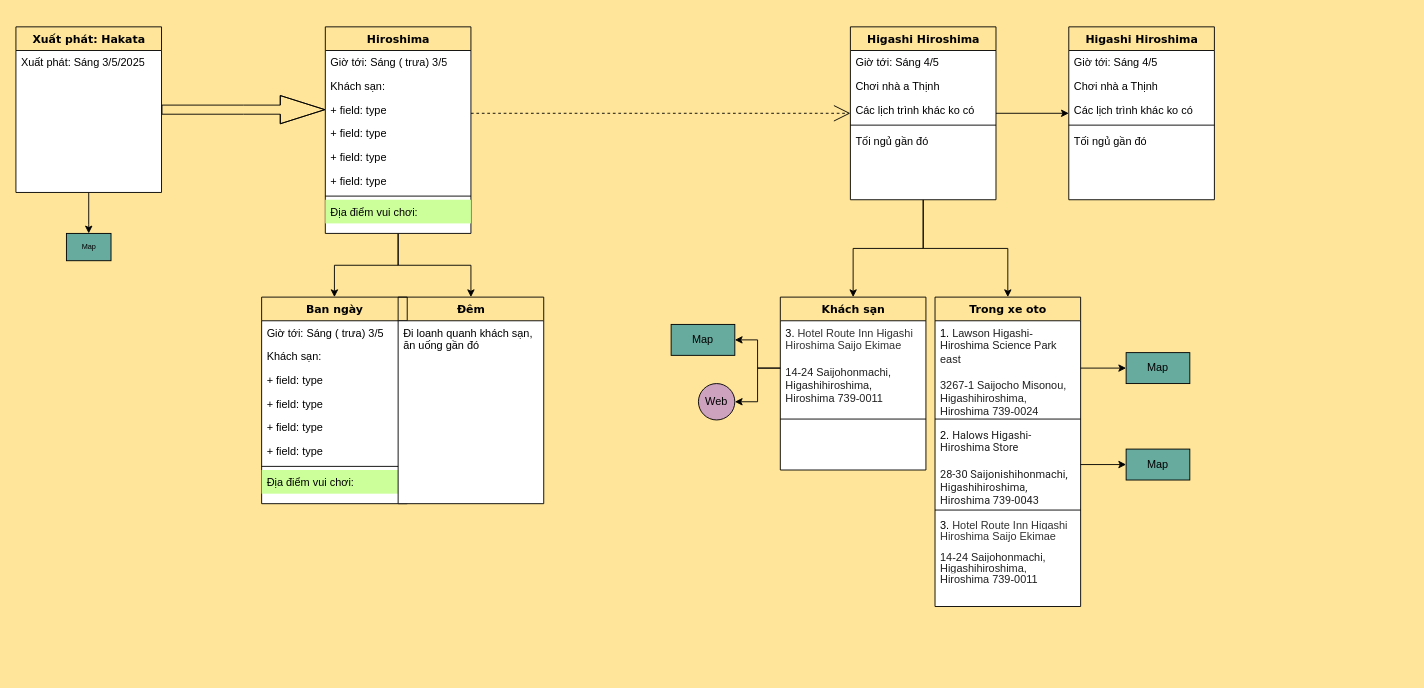
The draw.io diagram T5Hiroshima/Untitled Diagram.drawio in nnh92/Du-Lich, before the edit. Source tidied: cells renumbered, new cells numbered last; positions are measured from the earlier drawing's top-left corner, leaving out a move shared by most shapes. Both pictures are drawn from the tidied source at 91%, with x=0, y=0 at pixel (15, 26).
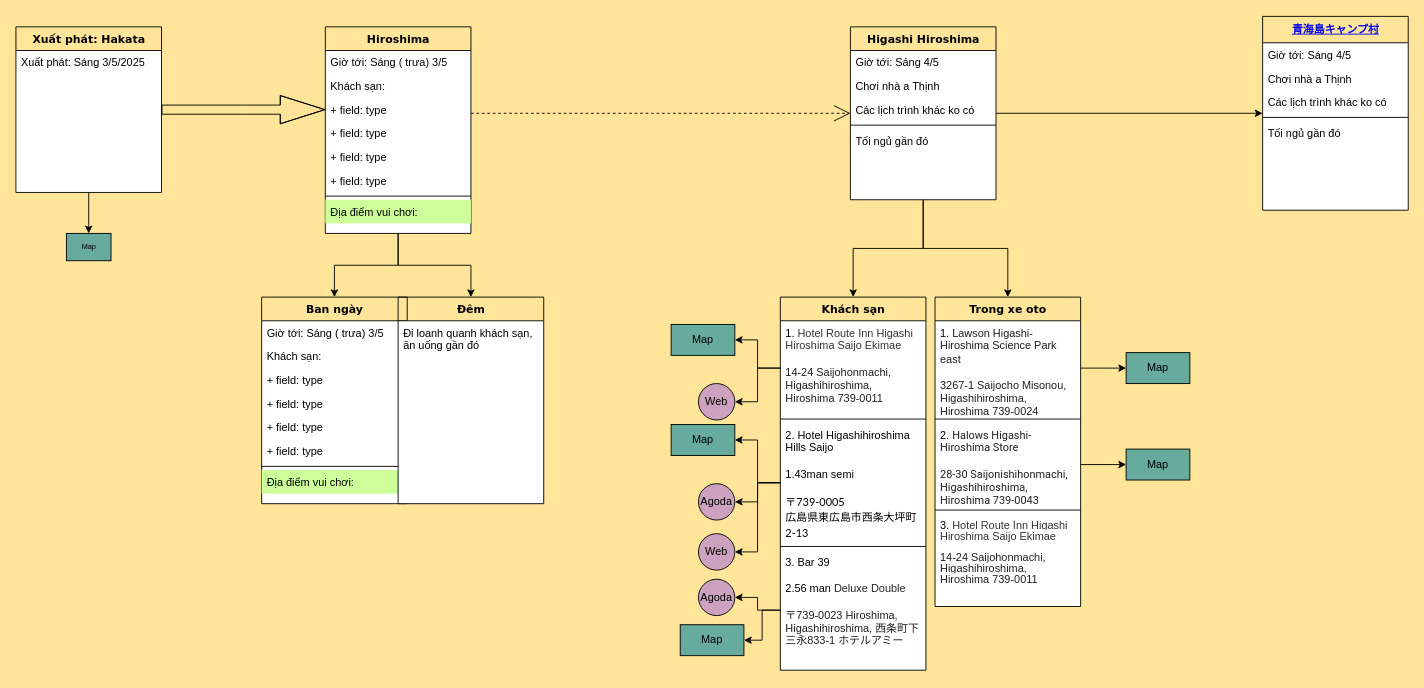
The same diagram, later.

Diff of the diagram source:
```diff
@@
     <mxCell id="38" value="Khách sạn" style="swimlane;html=1;fontStyle=1;align=center;verticalAlign=top;horizontal=1;startSize=26;swimlaneFillColor=#ffffff;rounded=0;shadow=0;comic=0;labelBackgroundColor=none;strokeWidth=1;fillColor=none;fontFamily=Verdana;fontSize=12;" parent="1" vertex="1">
-      <mxGeometry x="840" y="297" width="160" height="190" as="geometry" />
+      <mxGeometry x="840" y="297" width="160" height="410" as="geometry" />
     </mxCell>
-    <mxCell id="39" value="3.&amp;nbsp;&lt;span style=&quot;background-color: light-dark(rgb(255, 255, 255), rgb(18, 18, 18)); color: light-dark(rgb(51, 51, 51), rgb(193, 193, 193));&quot;&gt;Hotel Route Inn Higashi Hiroshima Saijo Ekimae&lt;/span&gt;&lt;div&gt;&lt;span style=&quot;background-color: rgb(255, 255, 255); color: rgb(31, 31, 31);&quot;&gt;&lt;font&gt;&lt;br&gt;&lt;/font&gt;&lt;/span&gt;&lt;/div&gt;&lt;div&gt;&lt;span style=&quot;background-color: rgb(255, 255, 255); color: rgb(31, 31, 31);&quot;&gt;&lt;font&gt;14-24 Saijohonmachi, Higashihiroshima, Hiroshima 739-0011&lt;/font&gt;&lt;/span&gt;&lt;/div&gt;" style="text;html=1;strokeColor=none;fillColor=none;align=left;verticalAlign=top;spacingLeft=4;spacingRight=4;whiteSpace=wrap;overflow=hidden;points=[[0,0.5],[1,0.5]];portConstraint=eastwest;" parent="38" vertex="1">
+    <mxCell id="39" value="1.&amp;nbsp;&lt;span style=&quot;background-color: light-dark(rgb(255, 255, 255), rgb(18, 18, 18)); color: light-dark(rgb(51, 51, 51), rgb(193, 193, 193));&quot;&gt;Hotel Route Inn Higashi Hiroshima Saijo Ekimae&lt;/span&gt;&lt;div&gt;&lt;span style=&quot;background-color: rgb(255, 255, 255); color: rgb(31, 31, 31);&quot;&gt;&lt;font&gt;&lt;br&gt;&lt;/font&gt;&lt;/span&gt;&lt;/div&gt;&lt;div&gt;&lt;span style=&quot;background-color: rgb(255, 255, 255); color: rgb(31, 31, 31);&quot;&gt;&lt;font&gt;14-24 Saijohonmachi, Higashihiroshima, Hiroshima 739-0011&lt;/font&gt;&lt;/span&gt;&lt;/div&gt;" style="text;html=1;strokeColor=none;fillColor=none;align=left;verticalAlign=top;spacingLeft=4;spacingRight=4;whiteSpace=wrap;overflow=hidden;points=[[0,0.5],[1,0.5]];portConstraint=eastwest;" parent="38" vertex="1">
       <mxGeometry y="26" width="160" height="104" as="geometry" />
     </mxCell>
@@
+    <mxCell id="62" value="&lt;font style=&quot;background-color: light-dark(#ffffff, var(--ge-dark-color, #121212));&quot; face=&quot;Helvetica&quot;&gt;2.&amp;nbsp;&lt;span&gt;Hotel Higashihiroshima Hills Saijo&lt;/span&gt;&lt;/font&gt;&lt;div&gt;&lt;span style=&quot;background-color: light-dark(#ffffff, var(--ge-dark-color, #121212));&quot;&gt;&lt;font&gt;&lt;br&gt;&lt;/font&gt;&lt;/span&gt;&lt;/div&gt;&lt;div&gt;&lt;span style=&quot;background-color: light-dark(#ffffff, var(--ge-dark-color, #121212));&quot;&gt;&lt;font&gt;1.43man semi&lt;br&gt;&lt;/font&gt;&lt;/span&gt;&lt;div&gt;&lt;span style=&quot;background-color: light-dark(#ffffff, var(--ge-dark-color, #121212)); color: rgb(31, 31, 31);&quot;&gt;&lt;font face=&quot;Helvetica&quot;&gt;&lt;br&gt;&lt;/font&gt;&lt;/span&gt;&lt;/div&gt;&lt;div&gt;&lt;h3 style=&quot;padding: 0px; margin: 0px; box-sizing: border-box; font-weight: normal; font-family: Lato, &amp;quot;Noto Sans JP&amp;quot;, &amp;quot;ヒラギノ角ゴ ProN&amp;quot;, &amp;quot;Hiragino Kaku Gothic ProN&amp;quot;, メイリオ, Meiryo, &amp;quot;ＭＳ Ｐゴシック&amp;quot;, &amp;quot;MS PGothic&amp;quot;, sans-serif;&quot;&gt;&lt;span style=&quot;background-color: light-dark(#ffffff, var(--ge-dark-color, #121212));&quot;&gt;&lt;font style=&quot;font-size: 12px;&quot;&gt;〒739-0005&lt;br style=&quot;padding: 0px; margin: 0px; box-sizing: border-box;&quot;&gt;広島県東広島市西条大坪町2-13&lt;/font&gt;&lt;/span&gt;&lt;/h3&gt;&lt;/div&gt;&lt;/div&gt;" style="text;html=1;strokeColor=none;fillColor=none;align=left;verticalAlign=top;spacingLeft=4;spacingRight=4;whiteSpace=wrap;overflow=hidden;points=[[0,0.5],[1,0.5]];portConstraint=eastwest;" parent="38" vertex="1">
+      <mxGeometry y="138" width="160" height="132" as="geometry" />
+    </mxCell>
+    <mxCell id="63" style="line;html=1;strokeWidth=1;fillColor=none;align=left;verticalAlign=middle;spacingTop=-1;spacingLeft=3;spacingRight=3;labelPosition=right;" parent="38" vertex="1">
+      <mxGeometry y="270" width="160" height="8" as="geometry" />
+    </mxCell>
+    <mxCell id="64" value="&lt;font face=&quot;Helvetica&quot;&gt;3.&amp;nbsp;&lt;span style=&quot;background-color: rgb(255, 255, 255);&quot;&gt;Bar 39&lt;/span&gt;&lt;/font&gt;&lt;div&gt;&lt;font face=&quot;Helvetica&quot;&gt;&lt;br&gt;&lt;/font&gt;&lt;/div&gt;&lt;div&gt;&lt;font face=&quot;Helvetica&quot;&gt;2.56 man&amp;nbsp;&lt;/font&gt;&lt;span style=&quot;background-color: rgb(255, 255, 255); color: rgb(42, 42, 46);&quot;&gt;Deluxe Double&lt;/span&gt;&lt;/div&gt;&lt;div&gt;&lt;font color=&quot;#2a2a2e&quot;&gt;&lt;br&gt;&lt;/font&gt;&lt;div&gt;&lt;font color=&quot;#1f1f1f&quot;&gt;〒739-0023 Hiroshima, Higashihiroshima, 西条町下三永833-1 ホテルアミー&lt;/font&gt;&lt;/div&gt;&lt;/div&gt;" style="text;html=1;strokeColor=none;fillColor=none;align=left;verticalAlign=top;spacingLeft=4;spacingRight=4;whiteSpace=wrap;overflow=hidden;points=[[0,0.5],[1,0.5]];portConstraint=eastwest;" parent="38" vertex="1">
+      <mxGeometry y="278" width="160" height="132" as="geometry" />
+    </mxCell>
@@
-    <mxCell id="47" value="Higashi Hiroshima" style="swimlane;html=1;fontStyle=1;align=center;verticalAlign=top;horizontal=1;startSize=26;swimlaneFillColor=#ffffff;rounded=0;shadow=0;comic=0;labelBackgroundColor=none;strokeWidth=1;fillColor=none;fontFamily=Verdana;fontSize=12;" parent="1" vertex="1">
-      <mxGeometry x="1157" width="160" height="190" as="geometry" />
+    <mxCell id="47" value="&lt;a href=&quot;https://www.google.co.jp/maps/place/%E9%9D%92%E6%B5%B7%E5%B3%B6%E3%82%AD%E3%83%A3%E3%83%B3%E3%83%97%E6%9D%91/@34.4267188,131.2220582,165m/data=!3m1!1e3!4m10!3m9!1s0x354359131a9f1bb5:0x4dac85babc166edd!5m3!1s2025-05-04!4m1!1i2!8m2!3d34.4271057!4d131.2222746!16s%2Fg%2F1tknyl1v?authuser=0&amp;amp;hl=en&amp;amp;entry=ttu&amp;amp;g_ep=EgoyMDI1MDQyMy4wIKXMDSoASAFQAw%3D%3D&quot;&gt;青海島キャンプ村&lt;/a&gt;" style="swimlane;fontStyle=1;align=center;verticalAlign=top;horizontal=1;startSize=29;swimlaneFillColor=#ffffff;rounded=0;shadow=0;comic=0;labelBackgroundColor=none;strokeWidth=1;fillColor=none;fontFamily=Verdana;fontSize=12;direction=east;html=1;" parent="1" vertex="1">
+      <mxGeometry x="1370" y="-11.5" width="160" height="213" as="geometry" />
     </mxCell>
     <mxCell id="48" value="Giờ tới: Sáng 4/5" style="text;html=1;strokeColor=none;fillColor=none;align=left;verticalAlign=top;spacingLeft=4;spacingRight=4;whiteSpace=wrap;overflow=hidden;" parent="47" vertex="1">
-      <mxGeometry y="26" width="160" height="26" as="geometry" />
+      <mxGeometry y="29" width="160" height="26" as="geometry" />
     </mxCell>
     <mxCell id="49" value="Chơi nhà a Thịnh" style="text;html=1;strokeColor=none;fillColor=none;align=left;verticalAlign=top;spacingLeft=4;spacingRight=4;whiteSpace=wrap;overflow=hidden;" parent="47" vertex="1">
-      <mxGeometry y="52" width="160" height="26" as="geometry" />
+      <mxGeometry y="55" width="160" height="26" as="geometry" />
     </mxCell>
     <mxCell id="50" value="Các lịch trình khác ko có" style="text;html=1;strokeColor=none;fillColor=none;align=left;verticalAlign=top;spacingLeft=4;spacingRight=4;whiteSpace=wrap;overflow=hidden;" parent="47" vertex="1">
-      <mxGeometry y="78" width="160" height="26" as="geometry" />
+      <mxGeometry y="81" width="160" height="26" as="geometry" />
     </mxCell>
     <mxCell id="51" style="line;html=1;strokeWidth=1;fillColor=none;align=left;verticalAlign=middle;spacingTop=-1;spacingLeft=3;spacingRight=3;labelPosition=right;" parent="47" vertex="1">
-      <mxGeometry y="104" width="160" height="8" as="geometry" />
+      <mxGeometry y="107" width="160" height="8" as="geometry" />
     </mxCell>
     <mxCell id="52" value="Tối ngủ gần đó" style="text;html=1;strokeColor=none;fillColor=none;align=left;verticalAlign=top;spacingLeft=4;spacingRight=4;whiteSpace=wrap;overflow=hidden;" parent="47" vertex="1">
-      <mxGeometry y="112" width="160" height="26" as="geometry" />
+      <mxGeometry y="115" width="160" height="26" as="geometry" />
     </mxCell>
@@
+    <mxCell id="65" value="Map" style="rounded=0;whiteSpace=wrap;html=1;fillColor=#67AB9F;" parent="1" vertex="1">
+      <mxGeometry x="720" y="437" width="70" height="34" as="geometry" />
+    </mxCell>
+    <mxCell id="66" value="Agoda" style="ellipse;whiteSpace=wrap;html=1;fillColor=#CDA2BE;" parent="1" vertex="1">
+      <mxGeometry x="750" y="502" width="40" height="40" as="geometry" />
+    </mxCell>
+    <mxCell id="67" style="edgeStyle=orthogonalEdgeStyle;rounded=0;jettySize=auto;html=1;exitX=0;exitY=0.5;exitDx=0;exitDy=0;entryX=1;entryY=0.5;entryDx=0;entryDy=0;" parent="1" edge="1" source="62" target="65">
+      <mxGeometry relative="1" as="geometry" />
+    </mxCell>
+    <mxCell id="68" style="edgeStyle=orthogonalEdgeStyle;rounded=0;jettySize=auto;html=1;exitX=0;exitY=0.5;exitDx=0;exitDy=0;entryX=1;entryY=0.5;entryDx=0;entryDy=0;" parent="1" edge="1" source="62" target="66">
+      <mxGeometry relative="1" as="geometry" />
+    </mxCell>
+    <mxCell id="69" value="Web" style="ellipse;whiteSpace=wrap;html=1;fillColor=#CDA2BE;" parent="1" vertex="1">
+      <mxGeometry x="750" y="557" width="40" height="40" as="geometry" />
+    </mxCell>
+    <mxCell id="70" style="edgeStyle=orthogonalEdgeStyle;rounded=0;jettySize=auto;html=1;exitX=0;exitY=0.5;exitDx=0;exitDy=0;entryX=1;entryY=0.5;entryDx=0;entryDy=0;" parent="1" edge="1" source="62" target="69">
+      <mxGeometry relative="1" as="geometry" />
+    </mxCell>
+    <mxCell id="71" value="Agoda" style="ellipse;whiteSpace=wrap;html=1;fillColor=#CDA2BE;" parent="1" vertex="1">
+      <mxGeometry x="750" y="607" width="40" height="40" as="geometry" />
+    </mxCell>
+    <mxCell id="72" style="edgeStyle=orthogonalEdgeStyle;rounded=0;jettySize=auto;html=1;exitX=0;exitY=0.5;exitDx=0;exitDy=0;entryX=1;entryY=0.5;entryDx=0;entryDy=0;" parent="1" edge="1" source="64" target="71">
+      <mxGeometry relative="1" as="geometry" />
+    </mxCell>
+    <mxCell id="73" value="Map" style="rounded=0;whiteSpace=wrap;html=1;fillColor=#67AB9F;" parent="1" vertex="1">
+      <mxGeometry x="730" y="657" width="70" height="34" as="geometry" />
+    </mxCell>
+    <mxCell id="74" style="edgeStyle=orthogonalEdgeStyle;rounded=0;jettySize=auto;html=1;exitX=0;exitY=0.5;exitDx=0;exitDy=0;" parent="1" edge="1" source="64" target="73">
+      <mxGeometry relative="1" as="geometry" />
+    </mxCell>
```
